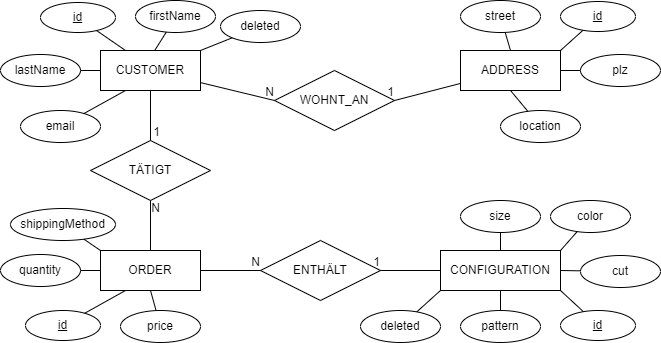
The draw.io diagram docs/diagrams/ER-Diagramm.png in mkfhnw/ShirtCreator, before a commit. Source tidied: cells renumbered, new cells last; positions are measured from the earlier drawing's top-left corner, leaving out a move shared by most shapes.
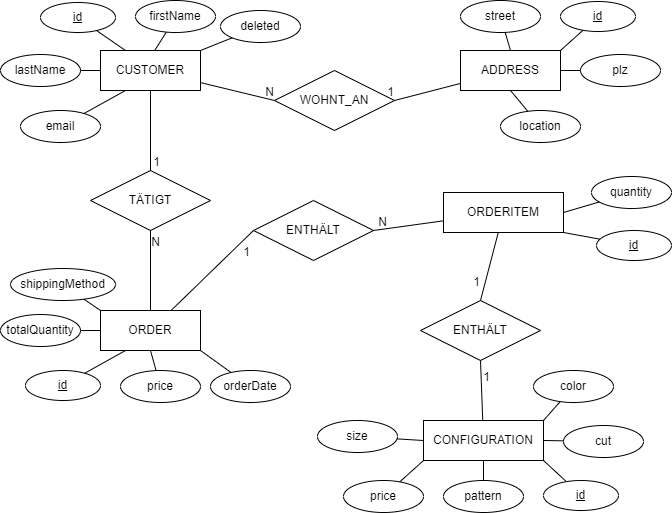
The same file after the commit.

What changed in the source:
```diff
@@ -6,10 +6,10 @@
       <mxGeometry x="100" y="50" width="100" height="40" as="geometry" />
     </mxCell>
     <mxCell id="3" value="ORDER" style="whiteSpace=wrap;html=1;align=center;" parent="1" vertex="1">
-      <mxGeometry x="100" y="250" width="100" height="40" as="geometry" />
+      <mxGeometry x="100" y="310" width="100" height="40" as="geometry" />
     </mxCell>
     <mxCell id="4" value="CONFIGURATION" style="whiteSpace=wrap;html=1;align=center;" parent="1" vertex="1">
-      <mxGeometry x="440" y="250" width="120" height="40" as="geometry" />
+      <mxGeometry x="423" y="420" width="120" height="40" as="geometry" />
     </mxCell>
     <mxCell id="5" value="ADDRESS" style="whiteSpace=wrap;html=1;align=center;" parent="1" vertex="1">
       <mxGeometry x="460" y="50" width="100" height="40" as="geometry" />
@@ -18,10 +18,10 @@
       <mxGeometry x="40" y="2" width="75" height="30" as="geometry" />
     </mxCell>
     <mxCell id="7" value="id" style="ellipse;whiteSpace=wrap;html=1;align=center;fontStyle=4;" parent="1" vertex="1">
-      <mxGeometry x="25" y="310" width="75" height="30" as="geometry" />
+      <mxGeometry x="25" y="370" width="75" height="30" as="geometry" />
     </mxCell>
     <mxCell id="8" value="id" style="ellipse;whiteSpace=wrap;html=1;align=center;fontStyle=4;" parent="1" vertex="1">
-      <mxGeometry x="560" y="310" width="75" height="30" as="geometry" />
+      <mxGeometry x="543" y="480" width="75" height="30" as="geometry" />
     </mxCell>
     <mxCell id="9" value="id" style="ellipse;whiteSpace=wrap;html=1;align=center;fontStyle=4;" parent="1" vertex="1">
       <mxGeometry x="560" y="1" width="75" height="30" as="geometry" />
@@ -48,28 +48,28 @@
       <mxGeometry x="220" y="10" width="80" height="32" as="geometry" />
     </mxCell>
     <mxCell id="17" value="cut" style="ellipse;whiteSpace=wrap;html=1;align=center;" parent="1" vertex="1">
-      <mxGeometry x="580" y="255" width="80" height="32" as="geometry" />
+      <mxGeometry x="563" y="425" width="80" height="32" as="geometry" />
     </mxCell>
     <mxCell id="18" value="color" style="ellipse;whiteSpace=wrap;html=1;align=center;" parent="1" vertex="1">
-      <mxGeometry x="550" y="200" width="80" height="32" as="geometry" />
+      <mxGeometry x="533" y="370" width="80" height="32" as="geometry" />
     </mxCell>
     <mxCell id="19" value="size" style="ellipse;whiteSpace=wrap;html=1;align=center;" parent="1" vertex="1">
-      <mxGeometry x="460" y="200" width="80" height="32" as="geometry" />
+      <mxGeometry x="317" y="420" width="80" height="32" as="geometry" />
     </mxCell>
     <mxCell id="20" value="pattern" style="ellipse;whiteSpace=wrap;html=1;align=center;" parent="1" vertex="1">
-      <mxGeometry x="460" y="310" width="80" height="32" as="geometry" />
+      <mxGeometry x="443" y="480" width="80" height="32" as="geometry" />
     </mxCell>
-    <mxCell id="21" value="deleted" style="ellipse;whiteSpace=wrap;html=1;align=center;" parent="1" vertex="1">
-      <mxGeometry x="360" y="310" width="80" height="32" as="geometry" />
+    <mxCell id="21" value="price" style="ellipse;whiteSpace=wrap;html=1;align=center;" parent="1" vertex="1">
+      <mxGeometry x="343" y="480" width="80" height="32" as="geometry" />
     </mxCell>
-    <mxCell id="22" value="quantity" style="ellipse;whiteSpace=wrap;html=1;align=center;" parent="1" vertex="1">
-      <mxGeometry y="254" width="80" height="32" as="geometry" />
+    <mxCell id="22" value="totalQuantity" style="ellipse;whiteSpace=wrap;html=1;align=center;" parent="1" vertex="1">
+      <mxGeometry y="314" width="80" height="32" as="geometry" />
     </mxCell>
     <mxCell id="23" value="shippingMethod" style="ellipse;whiteSpace=wrap;html=1;align=center;" parent="1" vertex="1">
-      <mxGeometry x="10" y="208" width="105" height="32" as="geometry" />
+      <mxGeometry x="10" y="268" width="105" height="32" as="geometry" />
     </mxCell>
     <mxCell id="24" value="price" style="ellipse;whiteSpace=wrap;html=1;align=center;" parent="1" vertex="1">
-      <mxGeometry x="120" y="310" width="80" height="32" as="geometry" />
+      <mxGeometry x="120" y="370" width="80" height="32" as="geometry" />
     </mxCell>
     <mxCell id="25" style="endArrow=none;html=1;rounded=0;entryX=0;entryY=0;entryDx=0;entryDy=0;" parent="1" edge="1" source="23" target="3">
       <mxGeometry relative="1" as="geometry" />
@@ -110,7 +110,7 @@
     <mxCell id="37" style="endArrow=none;html=1;rounded=0;entryX=0.5;entryY=1;entryDx=0;entryDy=0;" parent="1" edge="1" source="12" target="5">
       <mxGeometry relative="1" as="geometry" />
     </mxCell>
-    <mxCell id="38" style="endArrow=none;html=1;rounded=0;entryX=0.5;entryY=0;entryDx=0;entryDy=0;" parent="1" edge="1" source="19" target="4">
+    <mxCell id="38" style="endArrow=none;html=1;rounded=0;entryX=0;entryY=0.5;entryDx=0;entryDy=0;" parent="1" edge="1" source="19" target="4">
       <mxGeometry relative="1" as="geometry" />
     </mxCell>
     <mxCell id="39" style="endArrow=none;html=1;rounded=0;entryX=1;entryY=0;entryDx=0;entryDy=0;" parent="1" edge="1" source="18" target="4">
@@ -132,10 +132,10 @@
       <mxGeometry x="274" y="70" width="120" height="60" as="geometry" />
     </mxCell>
     <mxCell id="45" value="TÄTIGT" style="shape=rhombus;perimeter=rhombusPerimeter;whiteSpace=wrap;html=1;align=center;" parent="1" vertex="1">
-      <mxGeometry x="90" y="140" width="120" height="60" as="geometry" />
+      <mxGeometry x="90" y="170" width="120" height="60" as="geometry" />
     </mxCell>
     <mxCell id="46" value="ENTHÄLT" style="shape=rhombus;perimeter=rhombusPerimeter;whiteSpace=wrap;html=1;align=center;" parent="1" vertex="1">
-      <mxGeometry x="260" y="240" width="120" height="60" as="geometry" />
+      <mxGeometry x="253" y="200" width="120" height="60" as="geometry" />
     </mxCell>
     <mxCell id="47" style="endArrow=none;html=1;rounded=0;entryX=0;entryY=0.5;entryDx=0;entryDy=0;" parent="1" edge="1" source="2" target="44">
       <mxGeometry relative="1" as="geometry" />
@@ -154,7 +154,7 @@
     </mxCell>
     <mxCell id="52" value="N" style="html=1;align=right;verticalAlign=bottom;" parent="51" vertex="1">
       <mxGeometry x="1" relative="1" as="geometry">
-        <mxPoint x="10" y="16" as="offset" />
+        <mxPoint x="10" y="20" as="offset" />
       </mxGeometry>
     </mxCell>
     <mxCell id="53" style="endArrow=none;html=1;rounded=0;entryX=0.5;entryY=0;entryDx=0;entryDy=0;" parent="1" edge="1" source="2" target="45">
@@ -165,17 +165,61 @@
         <mxPoint x="10" as="offset" />
       </mxGeometry>
     </mxCell>
+    <mxCell id="59" value="orderDate" style="ellipse;whiteSpace=wrap;html=1;align=center;" parent="1" vertex="1">
+      <mxGeometry x="210" y="370" width="80" height="32" as="geometry" />
+    </mxCell>
+    <mxCell id="60" style="endArrow=none;html=1;rounded=0;entryX=1;entryY=1;entryDx=0;entryDy=0;" parent="1" edge="1" source="59" target="3">
+      <mxGeometry relative="1" as="geometry" />
+    </mxCell>
+    <mxCell id="61" value="ORDERITEM" style="whiteSpace=wrap;html=1;align=center;" parent="1" vertex="1">
+      <mxGeometry x="443" y="192" width="120" height="40" as="geometry" />
+    </mxCell>
+    <mxCell id="62" value="id" style="ellipse;whiteSpace=wrap;html=1;align=center;fontStyle=4;" parent="1" vertex="1">
+      <mxGeometry x="596" y="230" width="75" height="30" as="geometry" />
+    </mxCell>
+    <mxCell id="63" style="endArrow=none;html=1;rounded=0;entryX=1;entryY=1;entryDx=0;entryDy=0;" parent="1" edge="1" source="62" target="61">
+      <mxGeometry relative="1" as="geometry" />
+    </mxCell>
+    <mxCell id="64" value="quantity" style="ellipse;whiteSpace=wrap;html=1;align=center;" parent="1" vertex="1">
+      <mxGeometry x="591" y="176" width="80" height="32" as="geometry" />
+    </mxCell>
+    <mxCell id="65" style="endArrow=none;html=1;rounded=0;entryX=1;entryY=0.5;entryDx=0;entryDy=0;" parent="1" edge="1" source="64" target="61">
+      <mxGeometry relative="1" as="geometry" />
+    </mxCell>
     <mxCell id="55" style="endArrow=none;html=1;rounded=0;entryX=0;entryY=0.5;entryDx=0;entryDy=0;" parent="1" edge="1" source="3" target="46">
       <mxGeometry relative="1" as="geometry" />
     </mxCell>
+    <mxCell id="66" value="1" style="html=1;align=right;verticalAlign=bottom;" parent="55" vertex="1">
+      <mxGeometry x="1" relative="1" as="geometry">
+        <mxPoint x="-3" y="30" as="offset" />
+      </mxGeometry>
+    </mxCell>
+    <mxCell id="67" style="endArrow=none;html=1;rounded=0;entryX=1;entryY=0.5;entryDx=0;entryDy=0;" parent="1" edge="1" source="61" target="46">
+      <mxGeometry relative="1" as="geometry" />
+    </mxCell>
-    <mxCell id="56" value="N" style="html=1;align=right;verticalAlign=bottom;" parent="55" vertex="1">
-      <mxGeometry x="1" relative="1" as="geometry" />
+    <mxCell id="56" value="N" style="html=1;align=right;verticalAlign=bottom;" parent="67" vertex="1">
+      <mxGeometry x="1" relative="1" as="geometry">
+        <mxPoint x="14" as="offset" />
+      </mxGeometry>
     </mxCell>
-    <mxCell id="57" style="endArrow=none;html=1;rounded=0;entryX=1;entryY=0.5;entryDx=0;entryDy=0;" parent="1" edge="1" source="4" target="46">
-      <mxGeometry relative="1" as="geometry" />
-    </mxCell>
-    <mxCell id="58" value="1" style="html=1;align=right;verticalAlign=bottom;" parent="57" vertex="1">
-      <mxGeometry x="1" relative="1" as="geometry" />
-    </mxCell>
+    <mxCell id="68" value="ENTHÄLT" style="shape=rhombus;perimeter=rhombusPerimeter;whiteSpace=wrap;html=1;align=center;" parent="1" vertex="1">
+      <mxGeometry x="420" y="300" width="120" height="60" as="geometry" />
+    </mxCell>
+    <mxCell id="69" style="endArrow=none;html=1;rounded=0;entryX=0.5;entryY=0;entryDx=0;entryDy=0;" parent="1" edge="1" source="61" target="68">
+      <mxGeometry relative="1" as="geometry" />
+    </mxCell>
+    <mxCell id="70" value="1" style="html=1;align=right;verticalAlign=bottom;" parent="69" vertex="1">
+      <mxGeometry x="1" relative="1" as="geometry">
+        <mxPoint y="-10" as="offset" />
+      </mxGeometry>
+    </mxCell>
+    <mxCell id="71" style="endArrow=none;html=1;rounded=0;entryX=0.5;entryY=1;entryDx=0;entryDy=0;" parent="1" edge="1" source="4" target="68">
+      <mxGeometry relative="1" as="geometry" />
+    </mxCell>
+    <mxCell id="72" value="1" style="html=1;align=right;verticalAlign=bottom;" parent="71" vertex="1">
+      <mxGeometry x="1" relative="1" as="geometry">
+        <mxPoint x="10" y="25" as="offset" />
+      </mxGeometry>
+    </mxCell>
   </root>
 </mxGraphModel>
```
